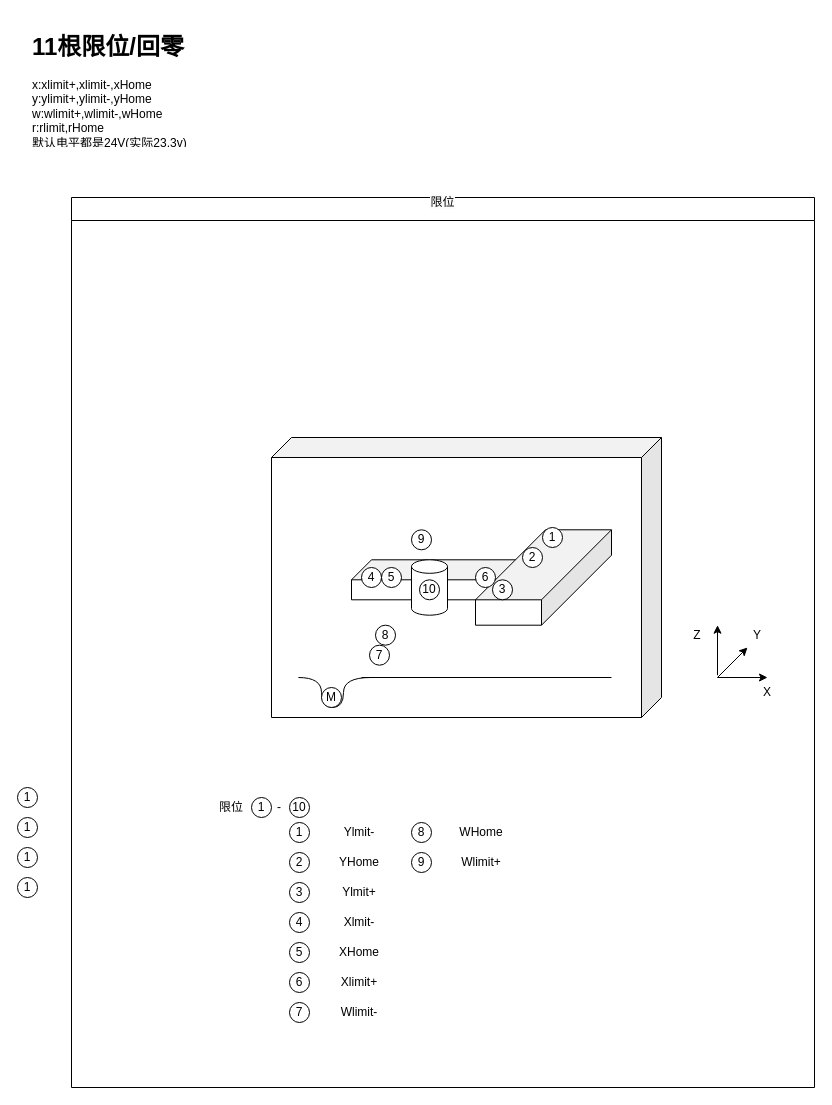
wjaswdd/draw.io keeps this draw.io diagram as 新喷码机部件图.drawio. Above is the earlier version. Source tidied: cells renumbered, new cells numbered last; positions are measured from the earlier drawing's top-left corner, leaving out a move shared by most shapes. Both pictures are drawn from the tidied source at 100%, with x=0, y=0 at pixel (17, 27).
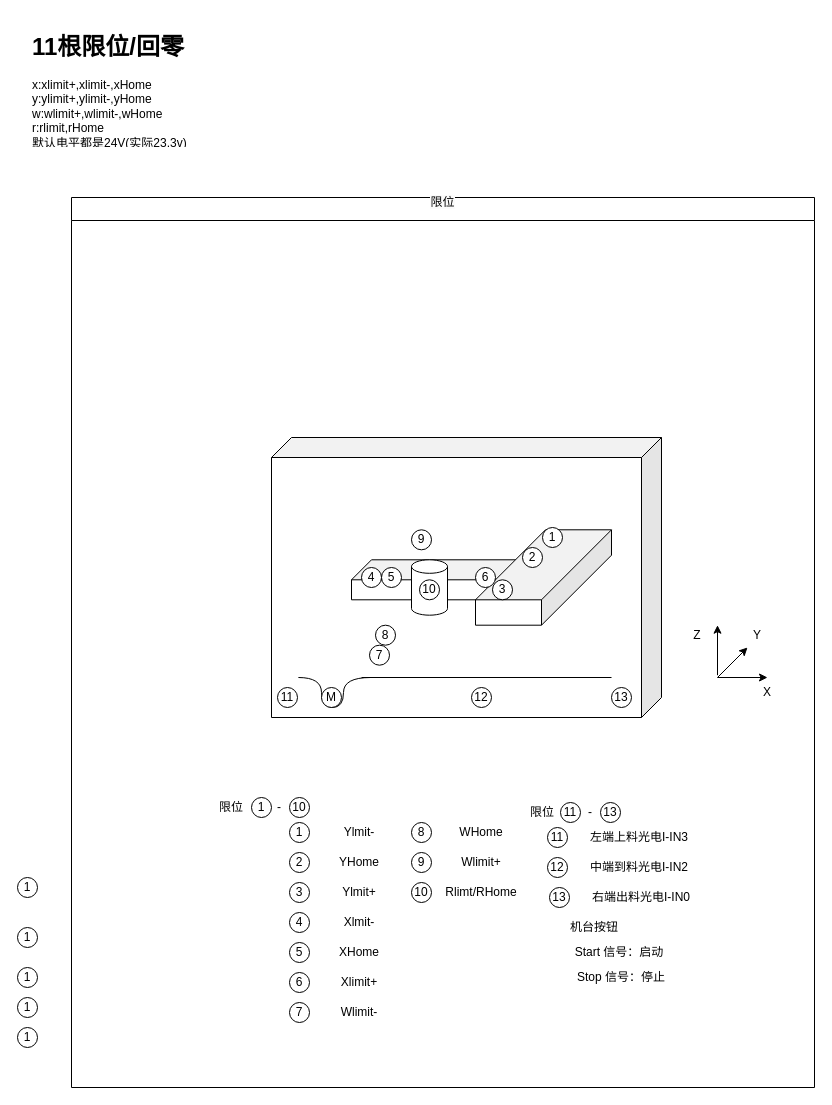
Above is the later version.

Commit message:
更新新喷码机部件图.drawio

The change refers to these unchanged cells:
```xml
<mxCell id="3" value="&#10;&lt;span style=&quot;color: rgb(0, 0, 0); font-family: Helvetica; font-size: 12px; font-style: normal; font-variant-ligatures: normal; font-variant-caps: normal; font-weight: 400; letter-spacing: normal; orphans: 2; text-align: center; text-indent: 0px; text-transform: none; widows: 2; word-spacing: 0px; -webkit-text-stroke-width: 0px; background-color: rgb(251, 251, 251); text-decoration-thickness: initial; text-decoration-style: initial; text-decoration-color: initial; float: none; display: inline !important;&quot;&gt;限位&lt;/span&gt;&#10;&#10;" style="swimlane;whiteSpace=wrap;html=1;" parent="1" vertex="1">
  <mxGeometry x="54" y="170" width="743" height="890" as="geometry" />
</mxCell>
```

Change to the diagram source:
```diff
@@
-    <mxCell id="49" style="edgeStyle=orthogonalEdgeStyle;rounded=0;orthogonalLoop=1;jettySize=auto;html=1;" parent="1" edge="1">
-      <mxGeometry relative="1" as="geometry">
-        <mxPoint x="20" y="1010" as="targetPoint" />
-      </mxGeometry>
-    </mxCell>
+    <mxCell id="55" value="10" style="ellipse;whiteSpace=wrap;html=1;" parent="3" vertex="1">
+      <mxGeometry x="340" y="685" width="20" height="20" as="geometry" />
+    </mxCell>
+    <mxCell id="56" value="Rlimt/RHome" style="text;html=1;strokeColor=none;fillColor=none;align=center;verticalAlign=middle;whiteSpace=wrap;rounded=0;" parent="3" vertex="1">
+      <mxGeometry x="380" y="680" width="60" height="30" as="geometry" />
+    </mxCell>
+    <mxCell id="57" value="限位" style="text;html=1;strokeColor=none;fillColor=none;align=center;verticalAlign=middle;whiteSpace=wrap;rounded=0;" parent="3" vertex="1">
+      <mxGeometry x="441" y="600" width="60" height="30" as="geometry" />
+    </mxCell>
+    <mxCell id="58" value="-" style="text;html=1;strokeColor=none;fillColor=none;align=center;verticalAlign=middle;whiteSpace=wrap;rounded=0;" parent="3" vertex="1">
+      <mxGeometry x="489" y="600" width="60" height="30" as="geometry" />
+    </mxCell>
+    <mxCell id="59" value="11" style="ellipse;whiteSpace=wrap;html=1;" parent="3" vertex="1">
+      <mxGeometry x="489" y="605" width="20" height="20" as="geometry" />
+    </mxCell>
+    <mxCell id="60" value="13" style="ellipse;whiteSpace=wrap;html=1;" parent="3" vertex="1">
+      <mxGeometry x="529" y="605" width="20" height="20" as="geometry" />
+    </mxCell>
-    <mxCell id="50" value="1" style="ellipse;whiteSpace=wrap;html=1;" parent="1" vertex="1">
-      <mxGeometry y="760" width="20" height="20" as="geometry" />
+    <mxCell id="50" value="11" style="ellipse;whiteSpace=wrap;html=1;" parent="3" vertex="1">
+      <mxGeometry x="206" y="490" width="20" height="20" as="geometry" />
     </mxCell>
-    <mxCell id="51" value="1" style="ellipse;whiteSpace=wrap;html=1;" parent="1" vertex="1">
-      <mxGeometry y="790" width="20" height="20" as="geometry" />
+    <mxCell id="51" value="12" style="ellipse;whiteSpace=wrap;html=1;" parent="3" vertex="1">
+      <mxGeometry x="400" y="490" width="20" height="20" as="geometry" />
     </mxCell>
-    <mxCell id="52" value="1" style="ellipse;whiteSpace=wrap;html=1;" parent="1" vertex="1">
-      <mxGeometry y="820" width="20" height="20" as="geometry" />
+    <mxCell id="52" value="13" style="ellipse;whiteSpace=wrap;html=1;" parent="3" vertex="1">
+      <mxGeometry x="540" y="490" width="20" height="20" as="geometry" />
     </mxCell>
+    <mxCell id="61" value="11" style="ellipse;whiteSpace=wrap;html=1;" parent="3" vertex="1">
+      <mxGeometry x="476" y="630" width="20" height="20" as="geometry" />
+    </mxCell>
+    <mxCell id="62" value="左端上料光电I-IN3" style="text;html=1;strokeColor=none;fillColor=none;align=center;verticalAlign=middle;whiteSpace=wrap;rounded=0;" parent="3" vertex="1">
+      <mxGeometry x="516" y="625" width="104" height="30" as="geometry" />
+    </mxCell>
+    <mxCell id="63" value="12" style="ellipse;whiteSpace=wrap;html=1;" parent="3" vertex="1">
+      <mxGeometry x="476" y="660" width="20" height="20" as="geometry" />
+    </mxCell>
+    <mxCell id="64" value="中端到料光电I-IN2" style="text;html=1;strokeColor=none;fillColor=none;align=center;verticalAlign=middle;whiteSpace=wrap;rounded=0;" parent="3" vertex="1">
+      <mxGeometry x="516" y="655" width="104" height="30" as="geometry" />
+    </mxCell>
+    <mxCell id="65" value="13" style="ellipse;whiteSpace=wrap;html=1;" parent="3" vertex="1">
+      <mxGeometry x="478" y="690" width="20" height="20" as="geometry" />
+    </mxCell>
+    <mxCell id="66" value="右端出料光电I-IN0" style="text;html=1;strokeColor=none;fillColor=none;align=center;verticalAlign=middle;whiteSpace=wrap;rounded=0;" parent="3" vertex="1">
+      <mxGeometry x="518" y="685" width="104" height="30" as="geometry" />
+    </mxCell>
+    <mxCell id="67" value="机台按钮" style="text;html=1;strokeColor=none;fillColor=none;align=center;verticalAlign=middle;whiteSpace=wrap;rounded=0;" parent="3" vertex="1">
+      <mxGeometry x="471" y="715" width="104" height="30" as="geometry" />
+    </mxCell>
+    <mxCell id="68" value="Start 信号：启动" style="text;html=1;strokeColor=none;fillColor=none;align=center;verticalAlign=middle;whiteSpace=wrap;rounded=0;" parent="3" vertex="1">
+      <mxGeometry x="496" y="740" width="104" height="30" as="geometry" />
+    </mxCell>
+    <mxCell id="69" value="Stop 信号：停止" style="text;html=1;strokeColor=none;fillColor=none;align=center;verticalAlign=middle;whiteSpace=wrap;rounded=0;" parent="3" vertex="1">
+      <mxGeometry x="498" y="765" width="104" height="30" as="geometry" />
+    </mxCell>
+    <mxCell id="49" style="edgeStyle=orthogonalEdgeStyle;rounded=0;orthogonalLoop=1;jettySize=auto;html=1;" parent="1" edge="1">
+      <mxGeometry relative="1" as="geometry">
+        <mxPoint x="20" y="1010" as="targetPoint" />
+      </mxGeometry>
+    </mxCell>
@@
+    <mxCell id="70" value="1" style="ellipse;whiteSpace=wrap;html=1;" parent="1" vertex="1">
+      <mxGeometry y="940" width="20" height="20" as="geometry" />
+    </mxCell>
+    <mxCell id="71" value="1" style="ellipse;whiteSpace=wrap;html=1;" parent="1" vertex="1">
+      <mxGeometry y="900" width="20" height="20" as="geometry" />
+    </mxCell>
+    <mxCell id="72" value="1" style="ellipse;whiteSpace=wrap;html=1;" parent="1" vertex="1">
+      <mxGeometry y="970" width="20" height="20" as="geometry" />
+    </mxCell>
+    <mxCell id="73" value="1" style="ellipse;whiteSpace=wrap;html=1;" parent="1" vertex="1">
+      <mxGeometry y="1000" width="20" height="20" as="geometry" />
+    </mxCell>
```
